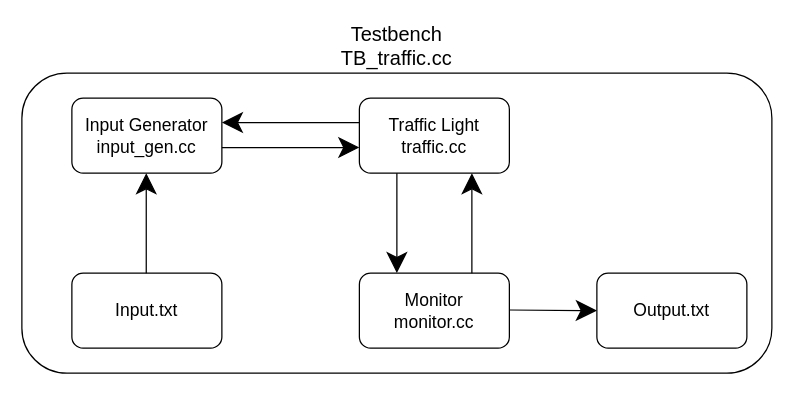
Before: Lab1/Trafficlight_blockdiagram.drawio in txcpnae/TDDI08_shared, a draw.io diagram. Source tidied: cells renumbered, new cells numbered last; positions are measured from the earlier drawing's top-left corner, leaving out a move shared by most shapes. Both pictures are drawn from the tidied source at 125%, with x=0, y=0 at pixel (21, 72).
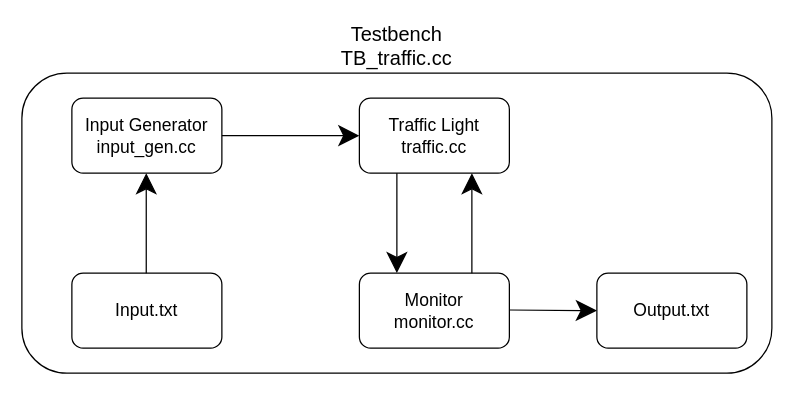
After the change.

Change to the diagram source:
```diff
@@
 <mxGraphModel>
   <root>
     <mxCell id="0" />
     <mxCell id="1" parent="0" />
     <mxCell id="2" value="&lt;font style=&quot;font-size: 16px&quot;&gt;Testbench&lt;br&gt;TB_traffic.cc&lt;br&gt;&lt;/font&gt;" style="rounded=1;whiteSpace=wrap;html=1;hachureGap=4;align=center;labelPosition=center;verticalLabelPosition=top;verticalAlign=bottom;" parent="1" vertex="1">
       <mxGeometry width="600" height="240" as="geometry" />
     </mxCell>
     <mxCell id="3" value="&lt;font style=&quot;font-size: 14px&quot;&gt;Traffic Light&lt;br&gt;traffic.cc&lt;/font&gt;" style="rounded=1;whiteSpace=wrap;html=1;hachureGap=4;" parent="1" vertex="1">
       <mxGeometry x="270" y="20" width="120" height="60" as="geometry" />
     </mxCell>
     <mxCell id="4" value="&lt;font style=&quot;font-size: 14px&quot;&gt;Input Generator&lt;br&gt;input_gen.cc&lt;/font&gt;" style="rounded=1;whiteSpace=wrap;html=1;hachureGap=4;" parent="1" vertex="1">
       <mxGeometry x="40" y="20" width="120" height="60" as="geometry" />
     </mxCell>
     <mxCell id="5" value="&lt;font style=&quot;font-size: 14px&quot;&gt;Monitor&lt;br&gt;monitor.cc&lt;/font&gt;" style="rounded=1;whiteSpace=wrap;html=1;hachureGap=4;" parent="1" vertex="1">
       <mxGeometry x="270" y="160" width="120" height="60" as="geometry" />
     </mxCell>
     <mxCell id="6" style="endArrow=classic;html=1;startSize=14;endSize=14;sourcePerimeterSpacing=8;targetPerimeterSpacing=8;" parent="1" edge="1">
       <mxGeometry relative="1" as="geometry">
-        <mxPoint x="160" y="59.5" as="sourcePoint" />
-        <mxPoint x="270" y="59.5" as="targetPoint" />
+        <mxPoint x="160" y="50" as="sourcePoint" />
+        <mxPoint x="270" y="50" as="targetPoint" />
       </mxGeometry>
     </mxCell>
-    <mxCell id="7" style="endArrow=classic;html=1;startSize=14;endSize=14;sourcePerimeterSpacing=8;targetPerimeterSpacing=8;" parent="1" edge="1">
-      <mxGeometry relative="1" as="geometry">
-        <mxPoint x="270" y="39.5" as="sourcePoint" />
-        <mxPoint x="160" y="39.5" as="targetPoint" />
-      </mxGeometry>
-    </mxCell>
     <mxCell id="8" style="endArrow=classic;html=1;startSize=14;endSize=14;sourcePerimeterSpacing=8;targetPerimeterSpacing=8;" parent="1" edge="1">
       <mxGeometry relative="1" as="geometry">
         <mxPoint x="300" y="80" as="sourcePoint" />
         <mxPoint x="300" y="160" as="targetPoint" />
       </mxGeometry>
     </mxCell>
     <mxCell id="9" style="endArrow=classic;html=1;startSize=14;endSize=14;sourcePerimeterSpacing=8;targetPerimeterSpacing=8;" parent="1" edge="1">
       <mxGeometry relative="1" as="geometry">
         <mxPoint x="360" y="160" as="sourcePoint" />
         <mxPoint x="360" y="80" as="targetPoint" />
       </mxGeometry>
     </mxCell>
     <mxCell id="10" value="&lt;font style=&quot;font-size: 14px&quot;&gt;Input.txt&lt;/font&gt;" style="rounded=1;whiteSpace=wrap;html=1;hachureGap=4;align=center;" parent="1" vertex="1">
       <mxGeometry x="40" y="160" width="120" height="60" as="geometry" />
     </mxCell>
     <mxCell id="11" style="endArrow=classic;html=1;startSize=14;endSize=14;sourcePerimeterSpacing=8;targetPerimeterSpacing=8;" parent="1" edge="1">
       <mxGeometry relative="1" as="geometry">
         <mxPoint x="99.5" y="160" as="sourcePoint" />
         <mxPoint x="99.5" y="80" as="targetPoint" />
       </mxGeometry>
     </mxCell>
     <mxCell id="12" value="&lt;font style=&quot;font-size: 14px&quot;&gt;Output.txt&lt;/font&gt;" style="rounded=1;whiteSpace=wrap;html=1;hachureGap=4;align=center;" parent="1" vertex="1">
       <mxGeometry x="460" y="160" width="120" height="60" as="geometry" />
     </mxCell>
     <mxCell id="13" style="endArrow=classic;html=1;startSize=14;endSize=14;sourcePerimeterSpacing=8;targetPerimeterSpacing=8;" parent="1" edge="1">
       <mxGeometry relative="1" as="geometry">
         <mxPoint x="390" y="189.5" as="sourcePoint" />
         <mxPoint x="460" y="190" as="targetPoint" />
       </mxGeometry>
     </mxCell>
   </root>
 </mxGraphModel>
```
